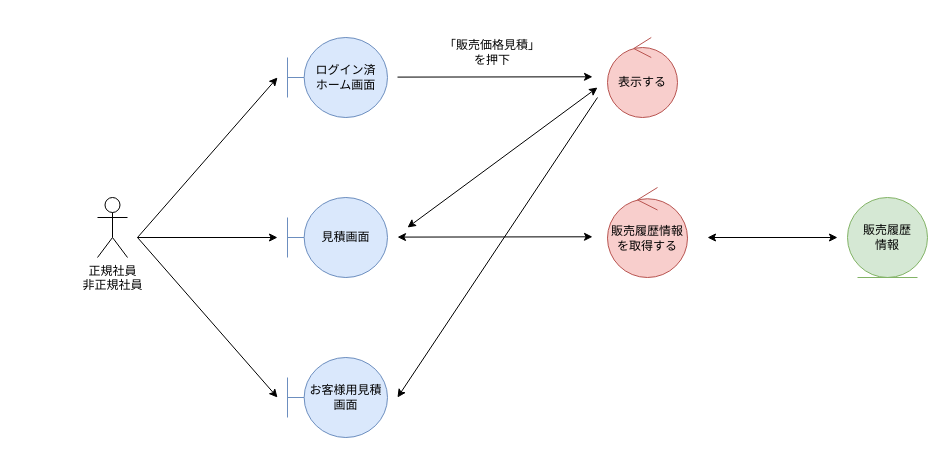
Before: 各種設計書/3ロバストネス図/商品情報管理/4.見積.drawio in HaruShim/Sotuken, a draw.io diagram. Source tidied: cells renumbered, new cells numbered last; positions are measured from the earlier drawing's top-left corner, leaving out a move shared by most shapes. Both pictures are drawn from the tidied source at 100%, with x=0, y=0 at pixel (97, 37).
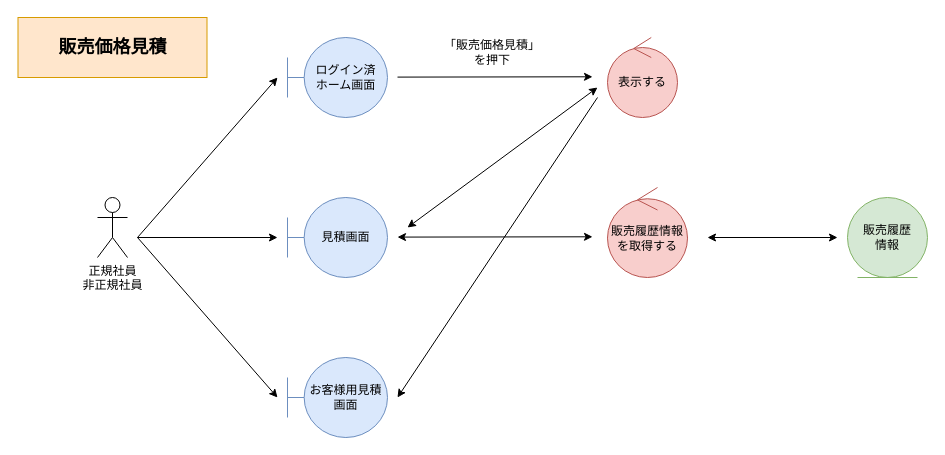
The same diagram, later.

The edit, as a diff of the source:
```diff
@@
+    <mxCell id="18" value="販売価格見積" style="rounded=0;whiteSpace=wrap;html=1;fillColor=#ffe6cc;strokeColor=#d79b00;fontStyle=1;fontSize=18;" parent="1" vertex="1">
+      <mxGeometry x="-79.5" y="-20" width="189" height="60" as="geometry" />
+    </mxCell>
```
